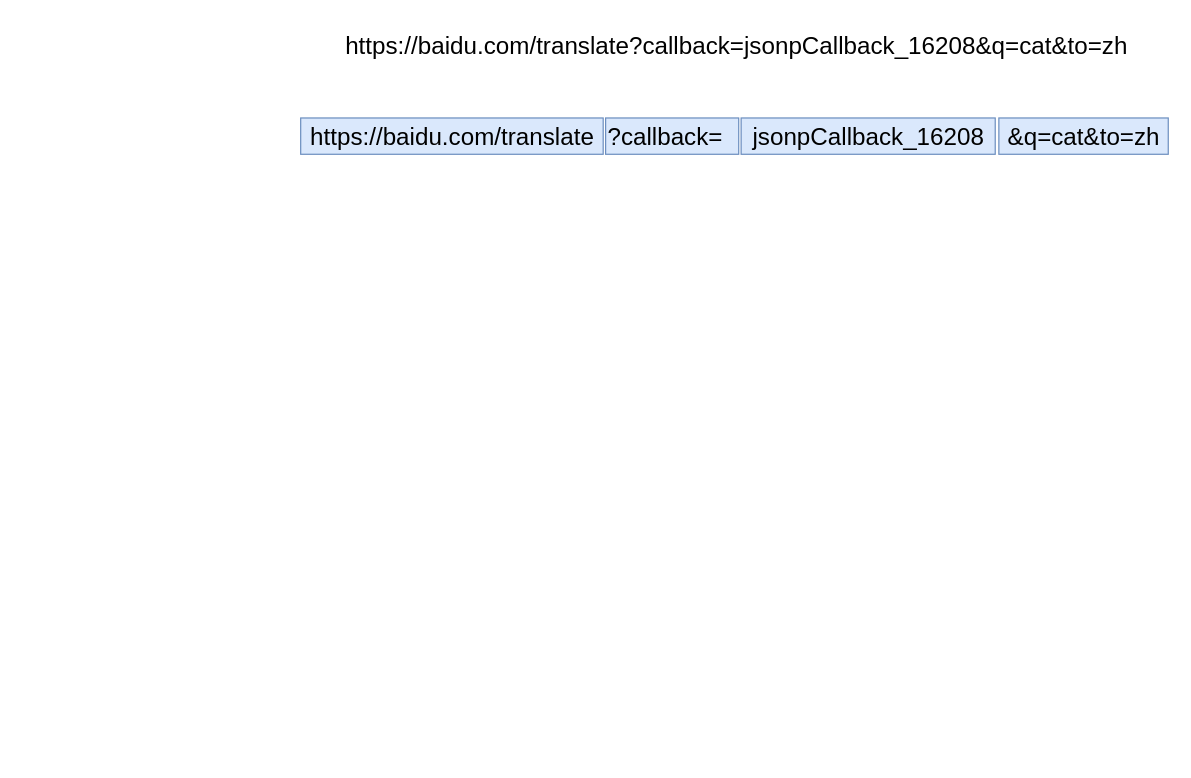
Before: Tricks/JSONP.drawio in jeesewu/Diagrams-Storage, a draw.io diagram. Source tidied: cells renumbered, new cells numbered last; positions are measured from the earlier drawing's top-left corner, leaving out a move shared by most shapes. Both pictures are drawn from the tidied source at 121%, with x=0, y=0 at pixel (300, 27).
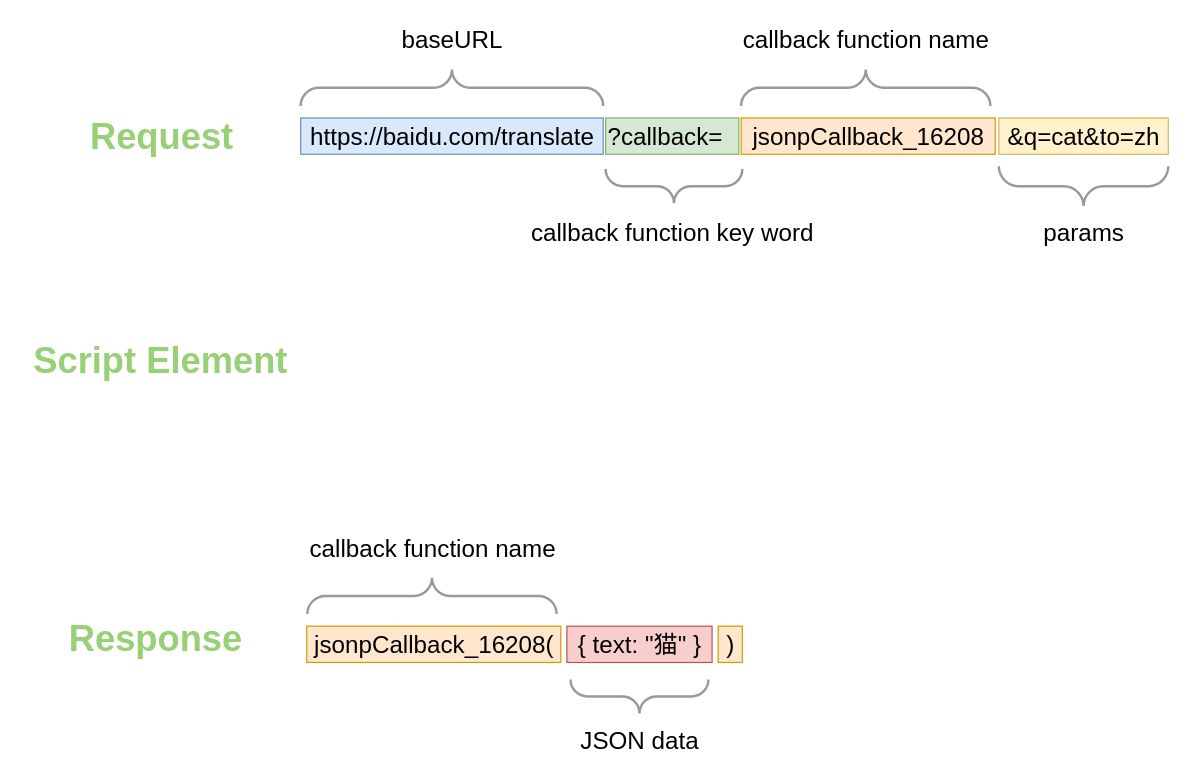
The same page after the edit.

Change to the diagram source:
```diff
@@
-    <mxCell id="2" value="https://baidu.com/translate?callback=jsonpCallback_16208&amp;amp;q=cat&amp;amp;to=zh" style="text;html=1;align=center;verticalAlign=middle;strokeColor=none;fontSize=20;" parent="1" vertex="1">
-      <mxGeometry x="30" width="660" height="30" as="geometry" />
-    </mxCell>
@@
-    <mxCell id="4" value="?callback=" style="text;html=1;align=left;verticalAlign=middle;strokeColor=#6c8ebf;fontSize=20;fillColor=#dae8fc;" parent="1" vertex="1">
+    <mxCell id="4" value="?callback=" style="text;html=1;align=left;verticalAlign=middle;strokeColor=#82b366;fontSize=20;fillColor=#d5e8d4;" parent="1" vertex="1">
       <mxGeometry x="252" y="75" width="110" height="30" as="geometry" />
     </mxCell>
-    <mxCell id="5" value="jsonpCallback_16208" style="text;html=1;align=center;verticalAlign=middle;strokeColor=#6c8ebf;fontSize=20;fillColor=#dae8fc;" parent="1" vertex="1">
+    <mxCell id="5" value="jsonpCallback_16208" style="text;html=1;align=center;verticalAlign=middle;strokeColor=#d79b00;fontSize=20;fillColor=#ffe6cc;" parent="1" vertex="1">
       <mxGeometry x="364" y="75" width="210" height="30" as="geometry" />
     </mxCell>
-    <mxCell id="6" value="&amp;amp;q=cat&amp;amp;to=zh" style="text;html=1;align=center;verticalAlign=middle;strokeColor=#6c8ebf;fontSize=20;fillColor=#dae8fc;" parent="1" vertex="1">
+    <mxCell id="6" value="&amp;amp;q=cat&amp;amp;to=zh" style="text;html=1;align=center;verticalAlign=middle;strokeColor=#d6b656;fontSize=20;fillColor=#fff2cc;" parent="1" vertex="1">
       <mxGeometry x="577" y="75" width="140" height="30" as="geometry" />
     </mxCell>
+    <mxCell id="7" style="verticalLabelPosition=bottom;shadow=0;dashed=0;align=center;html=1;verticalAlign=top;strokeWidth=2;shape=mxgraph.mockup.markup.curlyBrace;strokeColor=#999999;fontSize=20;" parent="1" vertex="1">
+      <mxGeometry y="35" width="250" height="30" as="geometry" />
+    </mxCell>
+    <mxCell id="8" value="baseURL" style="text;html=1;align=center;verticalAlign=middle;strokeColor=none;fontSize=20;" parent="1" vertex="1">
+      <mxGeometry x="75" y="-5" width="100" height="30" as="geometry" />
+    </mxCell>
+    <mxCell id="9" style="verticalLabelPosition=bottom;shadow=0;dashed=0;align=center;html=1;verticalAlign=top;strokeWidth=2;shape=mxgraph.mockup.markup.curlyBrace;strokeColor=#999999;fontSize=20;rotation=180;" parent="1" vertex="1">
+      <mxGeometry x="252" y="115" width="113" height="32.8" as="geometry" />
+    </mxCell>
+    <mxCell id="10" style="verticalLabelPosition=bottom;shadow=0;dashed=0;align=center;html=1;verticalAlign=top;strokeWidth=2;shape=mxgraph.mockup.markup.curlyBrace;strokeColor=#999999;fontSize=20;" parent="1" vertex="1">
+      <mxGeometry x="364" y="35" width="206" height="30" as="geometry" />
+    </mxCell>
+    <mxCell id="11" style="verticalLabelPosition=bottom;shadow=0;dashed=0;align=center;html=1;verticalAlign=top;strokeWidth=2;shape=mxgraph.mockup.markup.curlyBrace;strokeColor=#999999;fontSize=20;rotation=180;" parent="1" vertex="1">
+      <mxGeometry x="577" y="115" width="140" height="32.8" as="geometry" />
+    </mxCell>
+    <mxCell id="12" value="callback function key word" style="text;html=1;align=center;verticalAlign=middle;strokeColor=none;fontSize=20;" parent="1" vertex="1">
+      <mxGeometry x="182" y="154" width="250" height="30" as="geometry" />
+    </mxCell>
+    <mxCell id="13" value="callback function name" style="text;html=1;align=center;verticalAlign=middle;strokeColor=none;fontSize=20;" parent="1" vertex="1">
+      <mxGeometry x="357" y="-5" width="220" height="30" as="geometry" />
+    </mxCell>
+    <mxCell id="14" value="params" style="text;html=1;align=center;verticalAlign=middle;strokeColor=none;fontSize=20;" parent="1" vertex="1">
+      <mxGeometry x="607" y="154" width="80" height="30" as="geometry" />
+    </mxCell>
+    <mxCell id="15" value="Request" style="text;html=1;align=center;verticalAlign=middle;strokeColor=none;fontSize=30;fontStyle=1;fontColor=#97D077;" parent="1" vertex="1">
+      <mxGeometry x="-180" y="70" width="130" height="40" as="geometry" />
+    </mxCell>
+    <mxCell id="16" value="Response" style="text;html=1;align=center;verticalAlign=middle;strokeColor=none;fontSize=30;fontStyle=1;fontColor=#97D077;" parent="1" vertex="1">
+      <mxGeometry x="-200" y="485" width="160" height="40" as="geometry" />
+    </mxCell>
+    <mxCell id="17" value="jsonpCallback_16208(" style="text;html=1;align=center;verticalAlign=middle;strokeColor=#d79b00;fontSize=20;fillColor=#ffe6cc;" parent="1" vertex="1">
+      <mxGeometry x="5" y="495" width="210" height="30" as="geometry" />
+    </mxCell>
+    <mxCell id="18" value=")" style="text;html=1;align=center;verticalAlign=middle;strokeColor=#d79b00;fontSize=20;fillColor=#ffe6cc;" parent="1" vertex="1">
+      <mxGeometry x="345" y="495" width="20" height="30" as="geometry" />
+    </mxCell>
+    <mxCell id="19" value="{ text: &quot;猫&quot; }" style="text;html=1;align=center;verticalAlign=middle;strokeColor=#b85450;fontSize=20;fillColor=#f8cecc;" parent="1" vertex="1">
+      <mxGeometry x="220" y="495" width="120" height="30" as="geometry" />
+    </mxCell>
+    <mxCell id="20" style="verticalLabelPosition=bottom;shadow=0;dashed=0;align=center;html=1;verticalAlign=top;strokeWidth=2;shape=mxgraph.mockup.markup.curlyBrace;strokeColor=#999999;fontSize=20;" parent="1" vertex="1">
+      <mxGeometry x="5.5" y="455" width="206" height="30" as="geometry" />
+    </mxCell>
+    <mxCell id="21" value="callback function name" style="text;html=1;align=center;verticalAlign=middle;strokeColor=none;fontSize=20;" parent="1" vertex="1">
+      <mxGeometry x="-1.5" y="415" width="220" height="30" as="geometry" />
+    </mxCell>
+    <mxCell id="22" style="verticalLabelPosition=bottom;shadow=0;dashed=0;align=center;html=1;verticalAlign=top;strokeWidth=2;shape=mxgraph.mockup.markup.curlyBrace;strokeColor=#999999;fontSize=20;rotation=180;" parent="1" vertex="1">
+      <mxGeometry x="223" y="539" width="114" height="28.1" as="geometry" />
+    </mxCell>
+    <mxCell id="23" value="JSON data" style="text;html=1;align=center;verticalAlign=middle;strokeColor=none;fontSize=20;" parent="1" vertex="1">
+      <mxGeometry x="225" y="574" width="110" height="30" as="geometry" />
+    </mxCell>
+    <mxCell id="24" value="Script Element" style="text;html=1;align=center;verticalAlign=middle;strokeColor=none;fontSize=30;fontStyle=1;fontColor=#97D077;" parent="1" vertex="1">
+      <mxGeometry x="-231.5" y="255" width="230" height="40" as="geometry" />
+    </mxCell>
```
